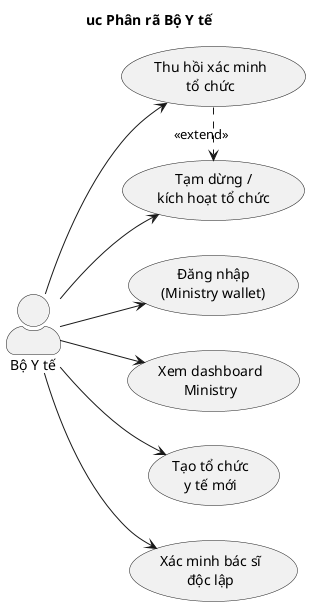
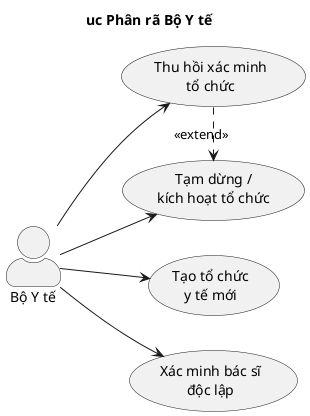
@startuml uc-bo-y-te
title uc Phân rã Bộ Y tế
left to right direction
skinparam packageStyle rectangle
skinparam actorStyle awesome

actor "Bộ Y tế" as Ministry

- usecase "Đăng nhập\n(Ministry wallet)" as UC_Login
- usecase "Xem dashboard\nMinistry" as UC_Dashboard
- 
usecase "Tạo tổ chức\ny tế mới" as UC_CreateOrg
usecase "Tạm dừng /\nkích hoạt tổ chức" as UC_SetOrgActive
usecase "Thu hồi xác minh\ntổ chức" as UC_RevokeOrg

usecase "Xác minh bác sĩ\nđộc lập" as UC_VerifyDoctor

- Ministry --> UC_Login
- Ministry --> UC_Dashboard
Ministry --> UC_CreateOrg
Ministry --> UC_SetOrgActive
Ministry --> UC_RevokeOrg
Ministry --> UC_VerifyDoctor

- UC_RevokeOrg    .> UC_SetOrgActive : <<extend>>
+ UC_RevokeOrg .> UC_SetOrgActive : <<extend>>

@enduml
